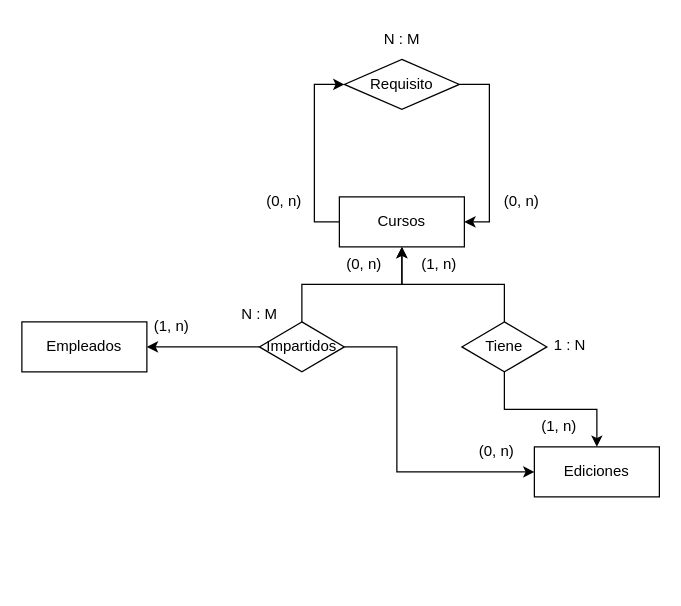
Before: Ejercicio_Cinco.drawio in Lioteronn/erp-diagrams, a draw.io diagram. Source tidied: cells renumbered, new cells numbered last; positions are measured from the earlier drawing's top-left corner, leaving out a move shared by most shapes. Both pictures are drawn from the tidied source at 125%, with x=0, y=0 at pixel (21, 21).
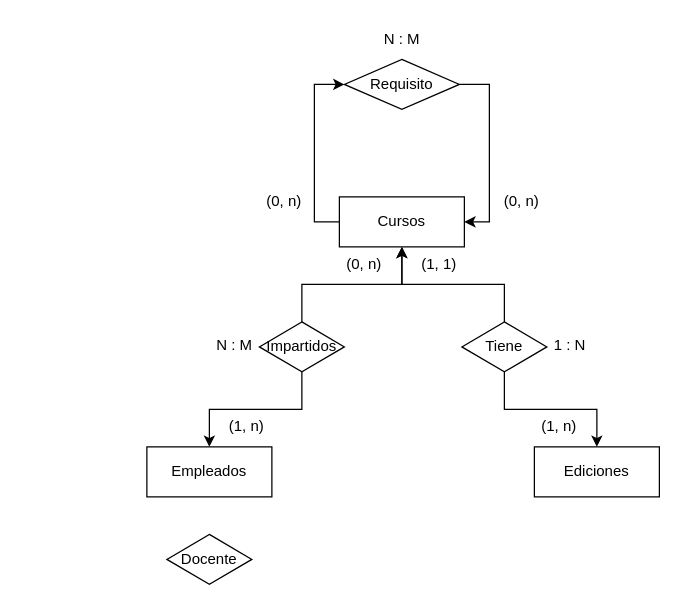
The same diagram, later.

The change refers to these unchanged cells:
```xml
<mxCell id="4" value="Ediciones" style="whiteSpace=wrap;html=1;align=center;" parent="1" vertex="1">
  <mxGeometry x="410" y="340" width="100" height="40" as="geometry" />
</mxCell>
<mxCell id="20" value="Impartidos" style="shape=rhombus;perimeter=rhombusPerimeter;whiteSpace=wrap;html=1;align=center;" parent="1" vertex="1">
  <mxGeometry x="190" y="240" width="68" height="40" as="geometry" />
</mxCell>
```

The edit, as a diff of the source:
```diff
@@
     <mxCell id="5" value="Empleados" style="whiteSpace=wrap;html=1;align=center;" parent="1" vertex="1">
-      <mxGeometry y="240" width="100" height="40" as="geometry" />
+      <mxGeometry x="100" y="340" width="100" height="40" as="geometry" />
     </mxCell>
@@
-    <mxCell id="15" value="(1, n)" style="text;strokeColor=none;fillColor=none;spacingLeft=4;spacingRight=4;overflow=hidden;fontSize=12;whiteSpace=wrap;html=1;" parent="1" vertex="1">
+    <mxCell id="15" value="(1, 1)" style="text;strokeColor=none;fillColor=none;spacingLeft=4;spacingRight=4;overflow=hidden;fontSize=12;whiteSpace=wrap;html=1;" parent="1" vertex="1">
       <mxGeometry x="314" y="180" width="40" height="30" as="geometry" />
     </mxCell>
@@
-    <mxCell id="18" style="edgeStyle=orthogonalEdgeStyle;rounded=0;jettySize=auto;html=1;entryX=0;entryY=0.5;entryDx=0;entryDy=0;" parent="1" edge="1" source="20" target="4">
-      <mxGeometry relative="1" as="geometry">
-        <Array as="points">
-          <mxPoint x="300" y="260" />
-          <mxPoint x="300" y="360" />
-        </Array>
-      </mxGeometry>
-    </mxCell>
-    <mxCell id="19" style="edgeStyle=orthogonalEdgeStyle;rounded=0;jettySize=auto;html=1;" parent="1" edge="1" source="20" target="5">
+    <mxCell id="19" style="edgeStyle=orthogonalEdgeStyle;rounded=0;jettySize=auto;html=1;entryX=0.5;entryY=0;entryDx=0;entryDy=0;" parent="1" edge="1" source="20" target="5">
       <mxGeometry relative="1" as="geometry" />
     </mxCell>
@@
     <mxCell id="22" value="(1, n)" style="text;strokeColor=none;fillColor=none;spacingLeft=4;spacingRight=4;overflow=hidden;fontSize=12;whiteSpace=wrap;html=1;" parent="1" vertex="1">
-      <mxGeometry x="100" y="230" width="40" height="30" as="geometry" />
+      <mxGeometry x="160" y="310" width="40" height="30" as="geometry" />
     </mxCell>
     <mxCell id="23" value="N : M" style="text;strokeColor=none;fillColor=none;spacingLeft=4;spacingRight=4;overflow=hidden;fontSize=12;whiteSpace=wrap;html=1;" parent="1" vertex="1">
-      <mxGeometry x="170" y="220" width="40" height="30" as="geometry" />
+      <mxGeometry x="150" y="245" width="40" height="30" as="geometry" />
     </mxCell>
-    <mxCell id="24" value="(0, n)" style="text;strokeColor=none;fillColor=none;spacingLeft=4;spacingRight=4;overflow=hidden;fontSize=12;whiteSpace=wrap;html=1;" parent="1" vertex="1">
-      <mxGeometry x="360" y="330" width="40" height="30" as="geometry" />
-    </mxCell>
+    <mxCell id="25" value="Docente" style="shape=rhombus;perimeter=rhombusPerimeter;whiteSpace=wrap;html=1;align=center;" parent="1" vertex="1">
+      <mxGeometry x="116" y="410" width="68" height="40" as="geometry" />
+    </mxCell>
```
